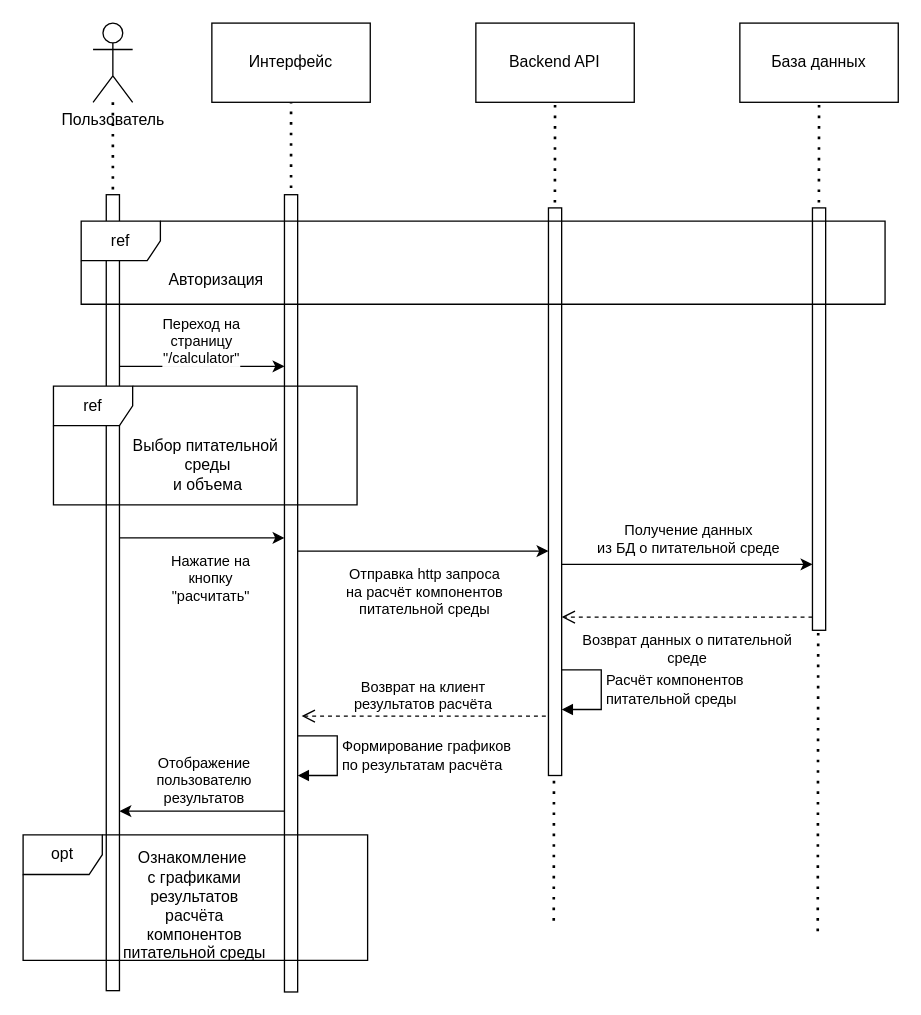
The draw.io diagram sequence_use-calculator.drawio in eva01pilot/plant-tissue-diagrams, before the edit. Source tidied: cells renumbered, new cells numbered last; positions are measured from the earlier drawing's top-left corner, leaving out a move shared by most shapes. Both pictures are drawn from the tidied source at 132%, with x=0, y=0 at pixel (22, 22).
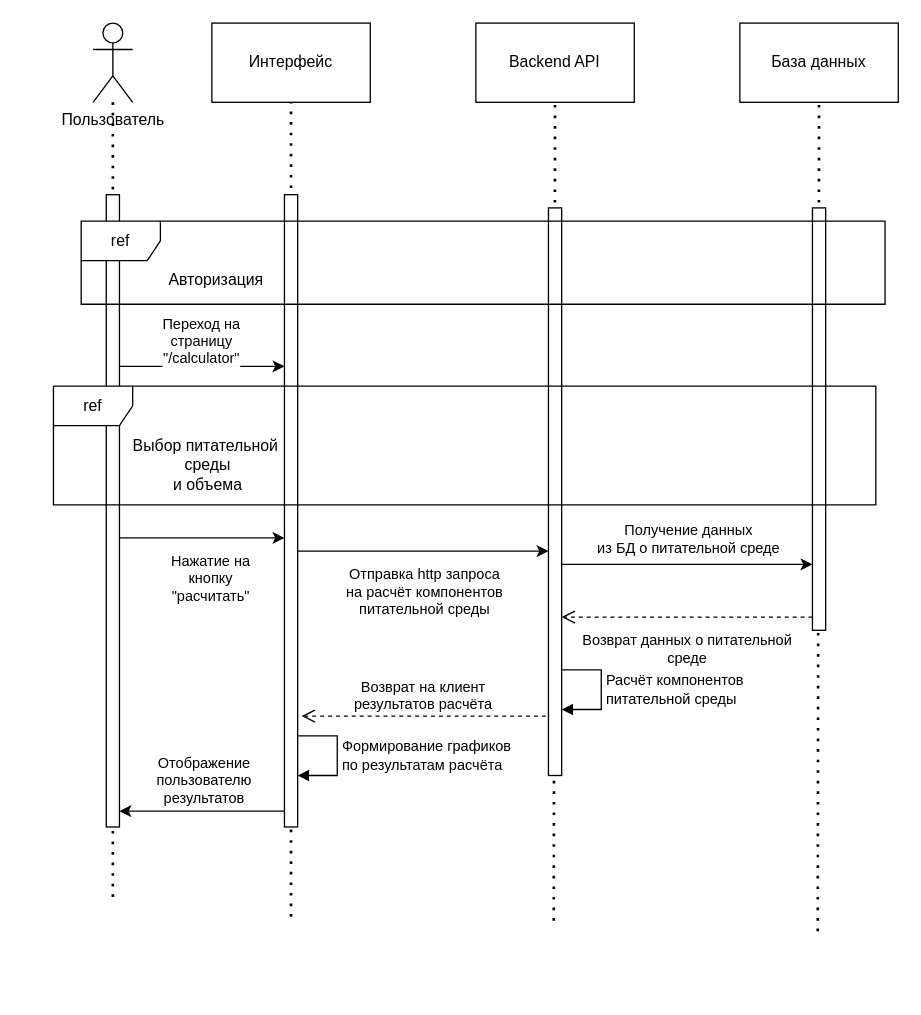
The same diagram, later.

The edit, as a diff of the source:
```diff
@@
     <mxCell id="8" style="html=1;points=[[0,0,0,0,5],[0,1,0,0,-5],[1,0,0,0,5],[1,1,0,0,-5]];perimeter=orthogonalPerimeter;outlineConnect=0;targetShapes=umlLifeline;portConstraint=eastwest;newEdgeStyle={&quot;curved&quot;:0,&quot;rounded&quot;:0};" parent="1" vertex="1">
-      <mxGeometry x="63" y="130" width="10" height="603" as="geometry" />
+      <mxGeometry x="63" y="130" width="10" height="479" as="geometry" />
     </mxCell>
     <mxCell id="9" style="html=1;points=[[0,0,0,0,5],[0,1,0,0,-5],[1,0,0,0,5],[1,1,0,0,-5]];perimeter=orthogonalPerimeter;outlineConnect=0;targetShapes=umlLifeline;portConstraint=eastwest;newEdgeStyle={&quot;curved&quot;:0,&quot;rounded&quot;:0};" parent="1" vertex="1">
-      <mxGeometry x="198" y="130" width="10" height="604" as="geometry" />
+      <mxGeometry x="198" y="130" width="10" height="479" as="geometry" />
     </mxCell>
@@
     <mxCell id="18" value="ref" style="shape=umlFrame;whiteSpace=wrap;html=1;" parent="1" vertex="1">
-      <mxGeometry x="23" y="275" width="230" height="90" as="geometry" />
+      <mxGeometry x="23" y="275" width="623" height="90" as="geometry" />
     </mxCell>
@@
-    <mxCell id="32" value="opt" style="shape=umlFrame;whiteSpace=wrap;html=1;" parent="1" vertex="1">
-      <mxGeometry y="615" width="261" height="95" as="geometry" />
-    </mxCell>
-    <mxCell id="33" value="&lt;div&gt;Ознакомление&lt;/div&gt;&lt;div&gt;&amp;nbsp;с графиками&lt;/div&gt;&lt;div&gt;&amp;nbsp;результатов&lt;/div&gt;&lt;div&gt;&amp;nbsp;расчёта&lt;/div&gt;&lt;div&gt;&amp;nbsp;компонентов&lt;/div&gt;&lt;div&gt;&amp;nbsp;питательной среды&lt;/div&gt;" style="text;html=1;align=center;verticalAlign=middle;strokeColor=none;fillColor=none;" parent="1" vertex="1">
-      <mxGeometry x="63" y="620" width="130" height="98" as="geometry" />
-    </mxCell>
```
